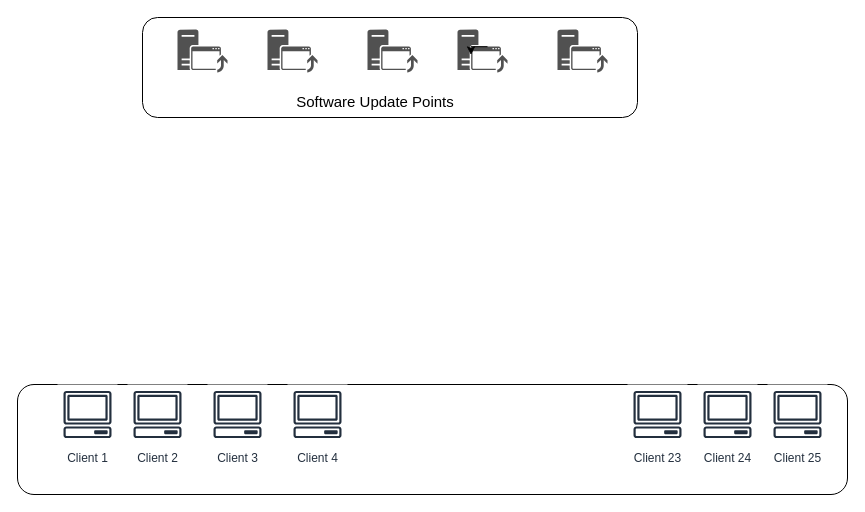
This is Software Update via Intranet.drawio from LazyRaunak/Software-Update-via-Intranet, a draw.io file, before an edit. Source tidied: cells renumbered, new cells numbered last; positions are measured from the earlier drawing's top-left corner, leaving out a move shared by most shapes. Both pictures are drawn from the tidied source at 100%, with x=0, y=0 at pixel (17, 17).
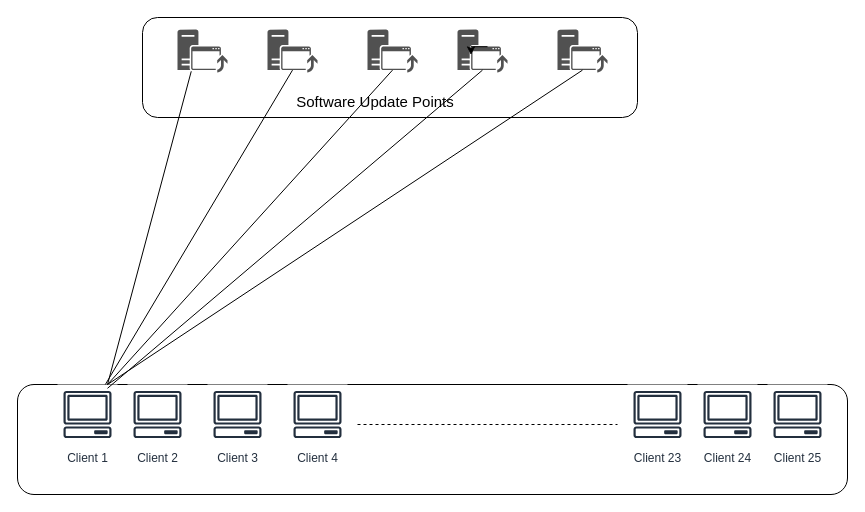
The same page after the edit.

Unchanged cells that the change refers to:
```xml
<mxCell id="4" style="shadow=0;dashed=0;html=1;strokeColor=none;labelPosition=center;verticalLabelPosition=bottom;verticalAlign=top;align=center;fillColor=#515151;shape=mxgraph.mscae.system_center.software_update_point;" parent="1" vertex="1">
  <mxGeometry x="160" y="12" width="50" height="43" as="geometry" />
</mxCell>
<mxCell id="5" style="shadow=0;dashed=0;html=1;strokeColor=none;labelPosition=center;verticalLabelPosition=bottom;verticalAlign=top;align=center;fillColor=#515151;shape=mxgraph.mscae.system_center.software_update_point;" parent="1" vertex="1">
  <mxGeometry x="350" y="12" width="50" height="43" as="geometry" />
</mxCell>
<mxCell id="6" style="shadow=0;dashed=0;html=1;strokeColor=none;labelPosition=center;verticalLabelPosition=bottom;verticalAlign=top;align=center;fillColor=#515151;shape=mxgraph.mscae.system_center.software_update_point;" parent="1" vertex="1">
  <mxGeometry x="250" y="12" width="50" height="43" as="geometry" />
</mxCell>
<mxCell id="7" style="shadow=0;dashed=0;html=1;strokeColor=none;labelPosition=center;verticalLabelPosition=bottom;verticalAlign=top;align=center;fillColor=#515151;shape=mxgraph.mscae.system_center.software_update_point;" parent="1" vertex="1">
  <mxGeometry x="440" y="12" width="50" height="43" as="geometry" />
</mxCell>
<mxCell id="8" style="shadow=0;dashed=0;html=1;strokeColor=none;labelPosition=center;verticalLabelPosition=bottom;verticalAlign=top;align=center;fillColor=#515151;shape=mxgraph.mscae.system_center.software_update_point;" parent="1" vertex="1">
  <mxGeometry x="540" y="12" width="50" height="43" as="geometry" />
</mxCell>
<mxCell id="12" value="Client 1" style="outlineConnect=0;fontColor=#232F3E;gradientColor=none;strokeColor=#232F3E;fillColor=#ffffff;dashed=0;verticalLabelPosition=bottom;verticalAlign=top;align=center;html=1;fontSize=12;fontStyle=0;shape=mxgraph.aws4.resourceIcon;resIcon=mxgraph.aws4.client;" parent="1" vertex="1">
  <mxGeometry x="40" y="367" width="60" height="60" as="geometry" />
</mxCell>
```

What changed in the source:
```diff
@@
+    <mxCell id="18" style="endArrow=none;dashed=1;html=1;" parent="1" edge="1">
+      <mxGeometry relative="1" as="geometry">
+        <mxPoint x="340" y="407" as="sourcePoint" />
+        <mxPoint x="600" y="407" as="targetPoint" />
+      </mxGeometry>
+    </mxCell>
+    <mxCell id="19" style="endArrow=none;html=1;entryX=0.275;entryY=0.972;entryDx=0;entryDy=0;entryPerimeter=0;" parent="1" edge="1" target="4">
+      <mxGeometry relative="1" as="geometry">
+        <mxPoint x="90" y="367" as="sourcePoint" />
+      </mxGeometry>
+    </mxCell>
+    <mxCell id="20" style="endArrow=none;html=1;entryX=0.5;entryY=0.945;entryDx=0;entryDy=0;entryPerimeter=0;" parent="1" edge="1" source="12" target="6">
+      <mxGeometry relative="1" as="geometry" />
+    </mxCell>
+    <mxCell id="21" style="endArrow=none;html=1;entryX=0.5;entryY=0.945;entryDx=0;entryDy=0;entryPerimeter=0;" parent="1" edge="1" target="5">
+      <mxGeometry relative="1" as="geometry">
+        <mxPoint x="90" y="367" as="sourcePoint" />
+      </mxGeometry>
+    </mxCell>
+    <mxCell id="22" style="endArrow=none;html=1;entryX=0.5;entryY=0.945;entryDx=0;entryDy=0;entryPerimeter=0;exitX=0.833;exitY=0.064;exitDx=0;exitDy=0;exitPerimeter=0;" parent="1" edge="1" source="12" target="7">
+      <mxGeometry relative="1" as="geometry" />
+    </mxCell>
+    <mxCell id="23" style="endArrow=none;html=1;entryX=0.5;entryY=0.945;entryDx=0;entryDy=0;entryPerimeter=0;" parent="1" edge="1" target="8">
+      <mxGeometry relative="1" as="geometry">
+        <mxPoint x="90" y="367" as="sourcePoint" />
+      </mxGeometry>
+    </mxCell>
```
